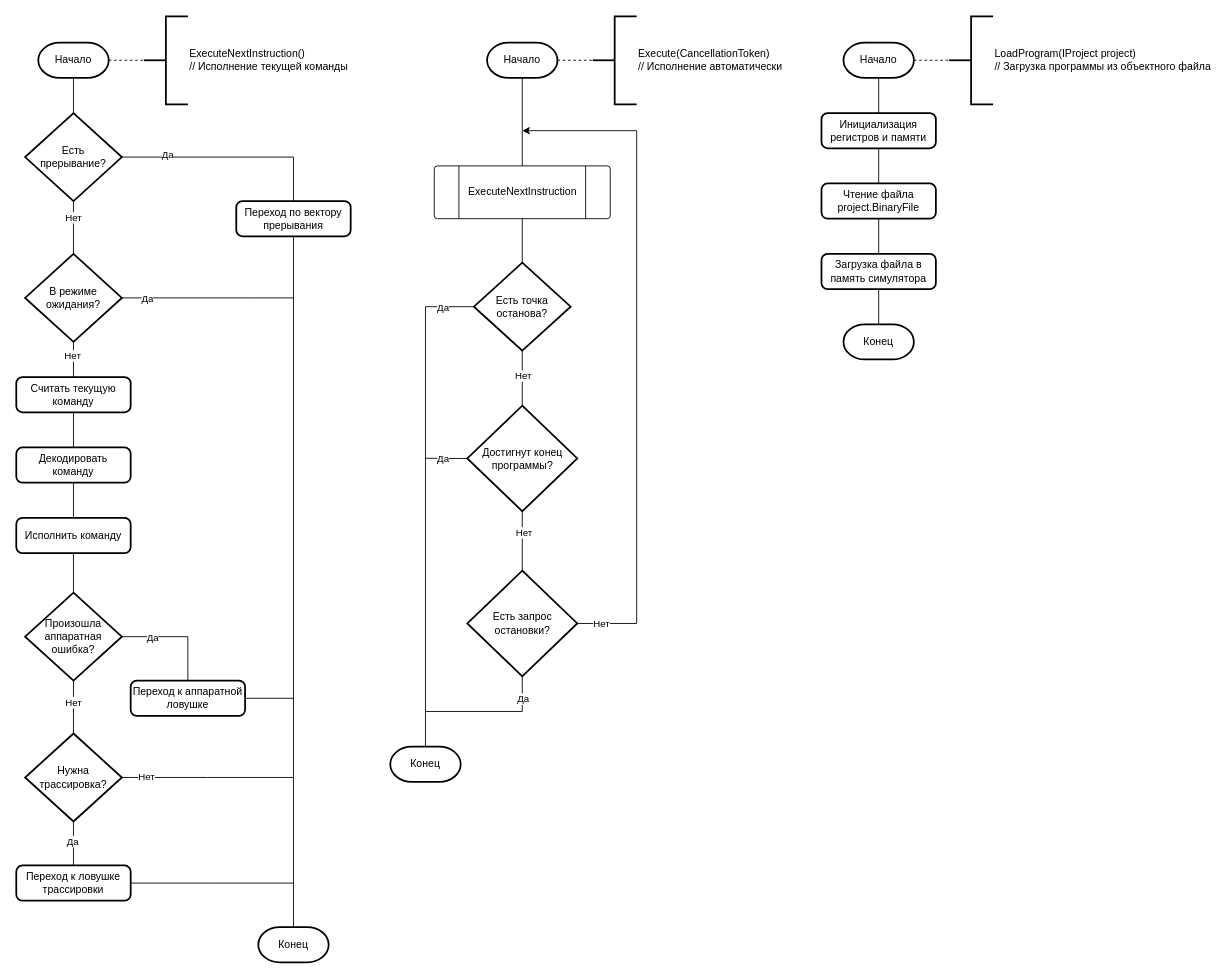
Before: page "Исполнитель" (2 of 3) of docs/Схемы/algorithms.drawio in mrypdm/asvt_sem7_kursach, a draw.io diagram. Source tidied: cells renumbered, new cells numbered last; positions are measured from the earlier drawing's top-left corner, leaving out a move shared by most shapes. Both pictures are drawn from the tidied source at 88%, with x=0, y=0 at pixel (16, 16).
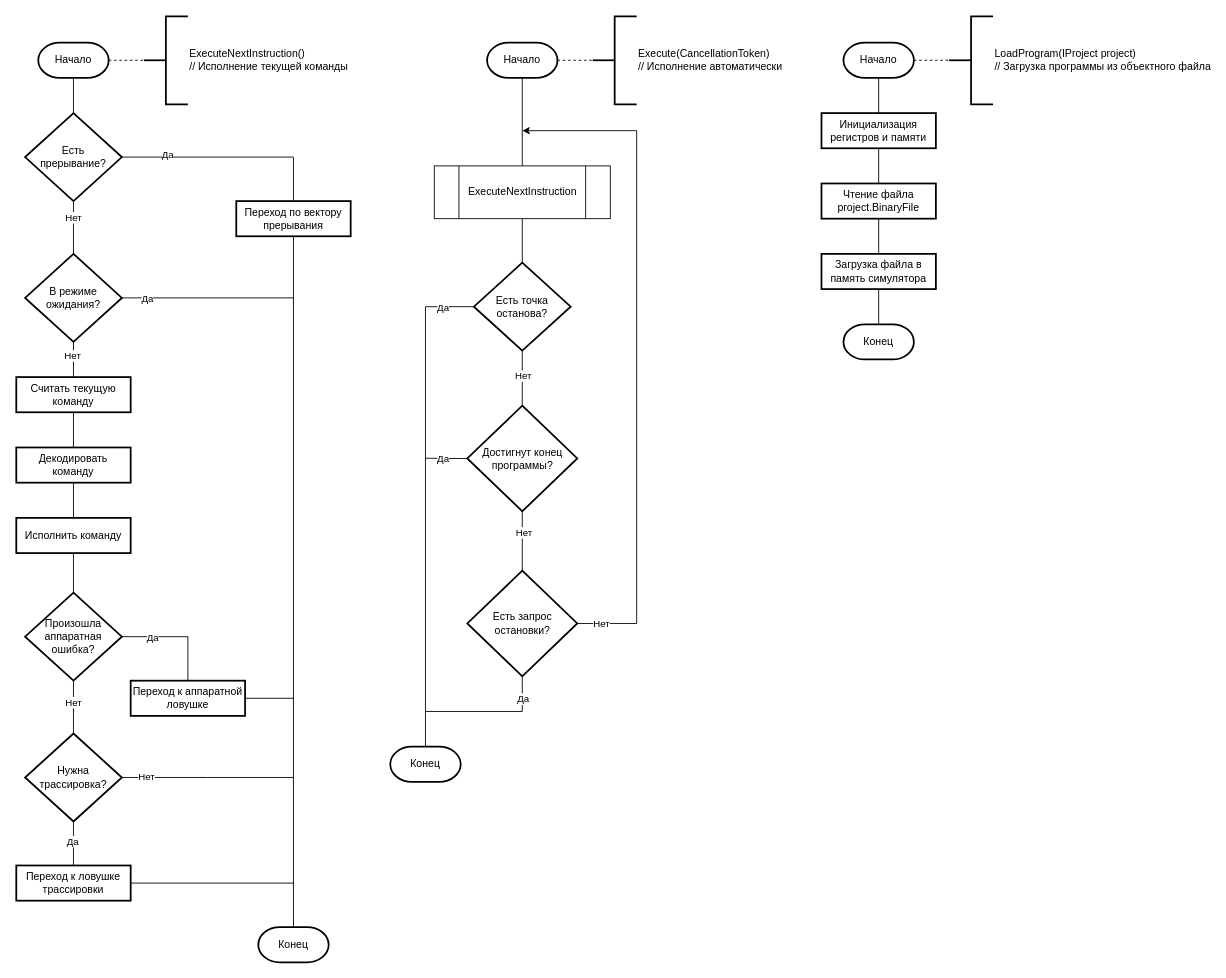
The same page after the edit.

What changed in the source:
```diff
@@
-    <mxCell id="10" value="Чтение файла project.BinaryFile" style="rounded=1;whiteSpace=wrap;html=1;absoluteArcSize=1;arcSize=14;strokeWidth=2;" parent="1" vertex="1">
+    <mxCell id="10" value="Чтение файла project.BinaryFile" style="rounded=0;whiteSpace=wrap;html=1;absoluteArcSize=1;arcSize=14;strokeWidth=2;" parent="1" vertex="1">
       <mxGeometry x="915" y="190" width="130" height="40" as="geometry" />
     </mxCell>
@@
-    <mxCell id="12" value="Загрузка файла в память симулятора" style="rounded=1;whiteSpace=wrap;html=1;absoluteArcSize=1;arcSize=14;strokeWidth=2;" parent="1" vertex="1">
+    <mxCell id="12" value="Загрузка файла в память симулятора" style="rounded=0;whiteSpace=wrap;html=1;absoluteArcSize=1;arcSize=14;strokeWidth=2;" parent="1" vertex="1">
       <mxGeometry x="915" y="270" width="130" height="40" as="geometry" />
     </mxCell>
@@
-    <mxCell id="14" value="Инициализация регистров и памяти" style="rounded=1;whiteSpace=wrap;html=1;absoluteArcSize=1;arcSize=14;strokeWidth=2;" parent="1" vertex="1">
+    <mxCell id="14" value="Инициализация регистров и памяти" style="rounded=0;whiteSpace=wrap;html=1;absoluteArcSize=1;arcSize=14;strokeWidth=2;" parent="1" vertex="1">
       <mxGeometry x="915" y="110" width="130" height="40" as="geometry" />
     </mxCell>
@@
-    <mxCell id="21" value="Переход к ловушке трассировки" style="rounded=1;whiteSpace=wrap;html=1;absoluteArcSize=1;arcSize=14;strokeWidth=2;" parent="1" vertex="1">
+    <mxCell id="21" value="Переход к ловушке трассировки" style="rounded=0;whiteSpace=wrap;html=1;absoluteArcSize=1;arcSize=14;strokeWidth=2;" parent="1" vertex="1">
       <mxGeometry y="965" width="130" height="40" as="geometry" />
     </mxCell>
@@
-    <mxCell id="25" value="Переход по вектору прерывания" style="rounded=1;whiteSpace=wrap;html=1;absoluteArcSize=1;arcSize=14;strokeWidth=2;" parent="1" vertex="1">
+    <mxCell id="25" value="Переход по вектору прерывания" style="rounded=0;whiteSpace=wrap;html=1;absoluteArcSize=1;arcSize=14;strokeWidth=2;" parent="1" vertex="1">
       <mxGeometry x="250" y="210" width="130" height="40" as="geometry" />
     </mxCell>
@@
-    <mxCell id="34" value="Считать текущую команду" style="rounded=1;whiteSpace=wrap;html=1;absoluteArcSize=1;arcSize=14;strokeWidth=2;" parent="1" vertex="1">
+    <mxCell id="34" value="Считать текущую команду" style="rounded=0;whiteSpace=wrap;html=1;absoluteArcSize=1;arcSize=14;strokeWidth=2;" parent="1" vertex="1">
       <mxGeometry y="410" width="130" height="40" as="geometry" />
     </mxCell>
@@
-    <mxCell id="36" value="Декодировать&lt;br&gt;команду" style="rounded=1;whiteSpace=wrap;html=1;absoluteArcSize=1;arcSize=14;strokeWidth=2;" parent="1" vertex="1">
+    <mxCell id="36" value="Декодировать&lt;br&gt;команду" style="rounded=0;whiteSpace=wrap;html=1;absoluteArcSize=1;arcSize=14;strokeWidth=2;" parent="1" vertex="1">
       <mxGeometry y="490" width="130" height="40" as="geometry" />
     </mxCell>
-    <mxCell id="37" value="Исполнить команду" style="rounded=1;whiteSpace=wrap;html=1;absoluteArcSize=1;arcSize=14;strokeWidth=2;" parent="1" vertex="1">
+    <mxCell id="37" value="Исполнить команду" style="rounded=0;whiteSpace=wrap;html=1;absoluteArcSize=1;arcSize=14;strokeWidth=2;" parent="1" vertex="1">
       <mxGeometry y="570" width="130" height="40" as="geometry" />
     </mxCell>
@@
-    <mxCell id="48" value="Переход к аппаратной ловушке" style="rounded=1;whiteSpace=wrap;html=1;absoluteArcSize=1;arcSize=14;strokeWidth=2;" parent="1" vertex="1">
+    <mxCell id="48" value="Переход к аппаратной ловушке" style="rounded=0;whiteSpace=wrap;html=1;absoluteArcSize=1;arcSize=14;strokeWidth=2;" parent="1" vertex="1">
       <mxGeometry x="130" y="755" width="130" height="40" as="geometry" />
     </mxCell>
@@
-    <mxCell id="54" style="verticalLabelPosition=bottom;verticalAlign=top;html=1;shape=process;whiteSpace=wrap;rounded=1;size=0.14;arcSize=6;" parent="1" vertex="1">
+    <mxCell id="54" style="verticalLabelPosition=bottom;verticalAlign=top;html=1;shape=process;whiteSpace=wrap;rounded=0;size=0.14;arcSize=6;" parent="1" vertex="1">
       <mxGeometry x="475" y="170" width="200" height="60" as="geometry" />
     </mxCell>
```
